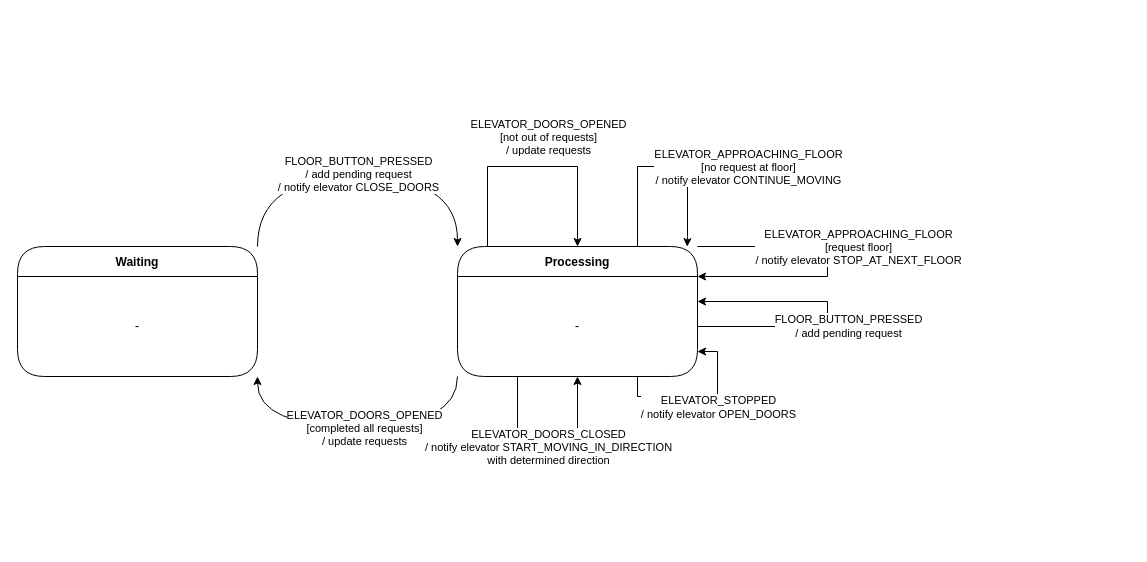
Before: page "Scheduler" (2 of 3) of UML_Diagrams/UML_State_Diagram.drawio in robsim378/sysc_3303_project, a draw.io diagram. Source tidied: cells renumbered, new cells numbered last; positions are measured from the earlier drawing's top-left corner, leaving out a move shared by most shapes. Both pictures are drawn from the tidied source at 100%, with x=0, y=0 at pixel (17, 166).
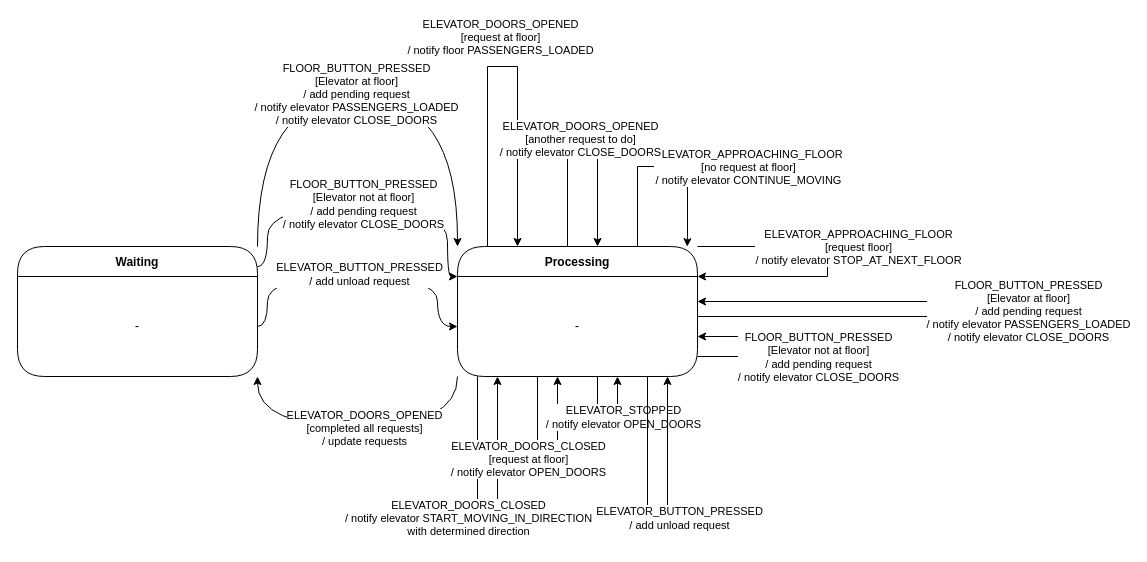
Above is the later version.

Unchanged cells that the change refers to:
```xml
<mxCell id="4" value="Waiting" style="swimlane;fontStyle=1;align=center;verticalAlign=middle;horizontal=1;startSize=30;fontColor=#000000;rounded=1;arcSize=30;strokeColor=#000000;fillColor=#FFFFFF;swimlaneFillColor=#FFFFFF;" parent="1" vertex="1">
  <mxGeometry y="80" width="240" height="130" as="geometry" />
</mxCell>
<mxCell id="5" value="-" style="text;html=1;strokeColor=none;fillColor=none;align=center;verticalAlign=middle;spacingLeft=4;spacingRight=4;whiteSpace=wrap;overflow=hidden;fontColor=#000000;" parent="4" vertex="1">
  <mxGeometry y="30" width="240" height="100" as="geometry" />
</mxCell>
<mxCell id="10" value="Processing" style="swimlane;fontStyle=1;align=center;verticalAlign=middle;horizontal=1;startSize=30;fontColor=#000000;rounded=1;arcSize=30;strokeColor=#000000;fillColor=#FFFFFF;swimlaneFillColor=#FFFFFF;" parent="1" vertex="1">
  <mxGeometry x="440" y="80" width="240" height="130" as="geometry" />
</mxCell>
<mxCell id="11" value="-" style="text;html=1;strokeColor=none;fillColor=none;align=center;verticalAlign=middle;spacingLeft=4;spacingRight=4;whiteSpace=wrap;overflow=hidden;fontColor=#000000;" parent="10" vertex="1">
  <mxGeometry y="30" width="240" height="100" as="geometry" />
</mxCell>
```

Diff of the diagram source:
```diff
@@
     <mxCell id="2" style="edgeStyle=orthogonalEdgeStyle;rounded=0;jettySize=auto;html=1;curved=1;exitX=1;exitY=0;exitDx=0;exitDy=0;entryX=0;entryY=0;entryDx=0;entryDy=0;" parent="1" edge="1" source="4" target="10">
       <mxGeometry relative="1" as="geometry">
         <Array as="points">
-          <mxPoint x="240" y="10" />
-          <mxPoint x="440" y="10" />
+          <mxPoint x="240" y="-70" />
+          <mxPoint x="440" y="-70" />
         </Array>
       </mxGeometry>
     </mxCell>
-    <mxCell id="3" value="FLOOR_BUTTON_PRESSED&lt;br&gt;/ add pending request&lt;br&gt;/ notify elevator CLOSE_DOORS" style="edgeLabel;html=1;align=center;verticalAlign=middle;" parent="2" vertex="1">
+    <mxCell id="3" value="FLOOR_BUTTON_PRESSED&lt;br&gt;[Elevator at floor]&lt;br&gt;/ add pending request&lt;br&gt;/ notify elevator PASSENGERS_LOADED&lt;br&gt;/ notify elevator CLOSE_DOORS" style="edgeLabel;html=1;align=center;verticalAlign=middle;" parent="2" vertex="1">
       <mxGeometry x="-0.03" y="3" relative="1" as="geometry">
         <mxPoint x="5" as="offset" />
       </mxGeometry>
     </mxCell>
@@
-    <mxCell id="8" style="edgeStyle=orthogonalEdgeStyle;rounded=0;orthogonalLoop=1;jettySize=auto;html=1;entryX=0.5;entryY=0;entryDx=0;entryDy=0;" parent="1" edge="1" source="10" target="10">
+    <mxCell id="8" style="edgeStyle=orthogonalEdgeStyle;rounded=0;orthogonalLoop=1;jettySize=auto;html=1;" parent="1" edge="1" source="10" target="10">
       <mxGeometry relative="1" as="geometry">
         <Array as="points">
-          <mxPoint x="470" />
-          <mxPoint x="560" />
+          <mxPoint x="470" y="-100" />
+          <mxPoint x="500" y="-100" />
         </Array>
       </mxGeometry>
     </mxCell>
-    <mxCell id="9" value="ELEVATOR_DOORS_OPENED&lt;br style=&quot;border-color: var(--border-color);&quot;&gt;[not out of requests]&lt;br&gt;/ update requests" style="edgeLabel;html=1;align=center;verticalAlign=middle;" parent="8" vertex="1">
+    <mxCell id="9" value="ELEVATOR_DOORS_OPENED&lt;br style=&quot;border-color: var(--border-color);&quot;&gt;[request at floor]&lt;br&gt;/ notify floor PASSENGERS_LOADED" style="edgeLabel;html=1;align=center;verticalAlign=middle;" parent="8" vertex="1">
       <mxGeometry x="0.26" relative="1" as="geometry">
-        <mxPoint x="-18" y="-30" as="offset" />
+        <mxPoint x="-18" y="-66" as="offset" />
       </mxGeometry>
     </mxCell>
@@
-    <mxCell id="12" style="edgeStyle=orthogonalEdgeStyle;rounded=0;orthogonalLoop=1;jettySize=auto;html=1;entryX=0.5;entryY=1;entryDx=0;entryDy=0;exitX=0.25;exitY=1;exitDx=0;exitDy=0;" parent="10" edge="1" source="11" target="11">
-      <mxGeometry relative="1" as="geometry">
-        <Array as="points">
-          <mxPoint x="60" y="220" />
-          <mxPoint x="120" y="220" />
-        </Array>
-      </mxGeometry>
-    </mxCell>
-    <mxCell id="13" value="ELEVATOR_DOORS_CLOSED&lt;br style=&quot;border-color: var(--border-color);&quot;&gt;/ notify elevator START_MOVING_IN_DIRECTION&lt;br&gt;with determined direction" style="edgeLabel;html=1;align=center;verticalAlign=middle;" parent="12" vertex="1">
-      <mxGeometry x="0.26" relative="1" as="geometry">
-        <mxPoint x="-30" y="-19" as="offset" />
-      </mxGeometry>
-    </mxCell>
-    <mxCell id="14" style="edgeStyle=orthogonalEdgeStyle;rounded=0;orthogonalLoop=1;jettySize=auto;html=1;exitX=0.75;exitY=1;exitDx=0;exitDy=0;entryX=1;entryY=0.75;entryDx=0;entryDy=0;" parent="10" edge="1" source="11" target="11">
-      <mxGeometry relative="1" as="geometry" />
-    </mxCell>
-    <mxCell id="15" value="ELEVATOR_STOPPED&lt;br&gt;/ notify elevator OPEN_DOORS" style="edgeLabel;html=1;align=center;verticalAlign=middle;" parent="14" vertex="1">
-      <mxGeometry x="0.07" y="1" relative="1" as="geometry">
-        <mxPoint x="12" y="11" as="offset" />
-      </mxGeometry>
-    </mxCell>
@@
-    <mxCell id="18" style="edgeStyle=orthogonalEdgeStyle;rounded=0;orthogonalLoop=1;jettySize=auto;html=1;entryX=1;entryY=0.25;entryDx=0;entryDy=0;exitX=1;exitY=0.5;exitDx=0;exitDy=0;" parent="10" edge="1" source="11" target="11">
+    <mxCell id="18" style="edgeStyle=orthogonalEdgeStyle;rounded=0;orthogonalLoop=1;jettySize=auto;html=1;entryX=1;entryY=0.25;entryDx=0;entryDy=0;" parent="10" edge="1" source="11" target="11">
       <mxGeometry relative="1" as="geometry">
         <Array as="points">
-          <mxPoint x="370" y="80" />
-          <mxPoint x="370" y="55" />
+          <mxPoint x="480" y="70" />
+          <mxPoint x="480" y="55" />
         </Array>
       </mxGeometry>
     </mxCell>
-    <mxCell id="19" value="FLOOR_BUTTON_PRESSED&lt;br style=&quot;border-color: var(--border-color);&quot;&gt;/ add pending request" style="edgeLabel;html=1;align=center;verticalAlign=middle;" parent="18" vertex="1">
+    <mxCell id="19" value="FLOOR_BUTTON_PRESSED&lt;br style=&quot;border-color: var(--border-color);&quot;&gt;[Elevator at floor]&lt;br style=&quot;border-color: var(--border-color);&quot;&gt;/ add pending request&lt;br style=&quot;border-color: var(--border-color);&quot;&gt;/ notify elevator PASSENGERS_LOADED&lt;br style=&quot;border-color: var(--border-color);&quot;&gt;/ notify elevator CLOSE_DOORS" style="edgeLabel;html=1;align=center;verticalAlign=middle;" parent="18" vertex="1">
       <mxGeometry relative="1" as="geometry">
-        <mxPoint x="20" y="12" as="offset" />
+        <mxPoint x="90" y="2" as="offset" />
       </mxGeometry>
     </mxCell>
@@
+    <mxCell id="22" style="edgeStyle=orthogonalEdgeStyle;rounded=0;jettySize=auto;html=1;curved=1;" parent="1" edge="1" source="5" target="11">
+      <mxGeometry relative="1" as="geometry">
+        <Array as="points">
+          <mxPoint x="250" y="160" />
+          <mxPoint x="250" y="110" />
+          <mxPoint x="420" y="110" />
+          <mxPoint x="420" y="160" />
+        </Array>
+      </mxGeometry>
+    </mxCell>
+    <mxCell id="23" value="ELEVATOR_BUTTON_PRESSED&lt;br&gt;/ add unload request" style="edgeLabel;html=1;align=center;verticalAlign=middle;" parent="22" vertex="1">
+      <mxGeometry x="-0.03" y="3" relative="1" as="geometry">
+        <mxPoint x="5" as="offset" />
+      </mxGeometry>
+    </mxCell>
+    <mxCell id="24" style="edgeStyle=orthogonalEdgeStyle;rounded=0;orthogonalLoop=1;jettySize=auto;html=1;" parent="1" edge="1" source="10" target="10">
+      <mxGeometry relative="1" as="geometry">
+        <Array as="points">
+          <mxPoint x="550" y="-10" />
+          <mxPoint x="580" y="-10" />
+        </Array>
+      </mxGeometry>
+    </mxCell>
+    <mxCell id="25" value="ELEVATOR_DOORS_OPENED&lt;br&gt;[another request to do]&lt;br&gt;/ notify elevator CLOSE_DOORS" style="edgeLabel;html=1;align=center;verticalAlign=middle;" parent="24" vertex="1">
+      <mxGeometry x="0.26" relative="1" as="geometry">
+        <mxPoint x="-18" y="-30" as="offset" />
+      </mxGeometry>
+    </mxCell>
+    <mxCell id="26" style="edgeStyle=orthogonalEdgeStyle;rounded=0;jettySize=auto;html=1;curved=1;entryX=0;entryY=0;entryDx=0;entryDy=0;" parent="1" edge="1" source="4" target="11">
+      <mxGeometry relative="1" as="geometry">
+        <Array as="points">
+          <mxPoint x="250" y="100" />
+          <mxPoint x="250" y="40" />
+          <mxPoint x="430" y="40" />
+          <mxPoint x="430" y="110" />
+        </Array>
+      </mxGeometry>
+    </mxCell>
+    <mxCell id="27" value="FLOOR_BUTTON_PRESSED&lt;br&gt;[Elevator not at floor]&lt;br&gt;/ add pending request&lt;br&gt;/ notify elevator CLOSE_DOORS" style="edgeLabel;html=1;align=center;verticalAlign=middle;" parent="26" vertex="1">
+      <mxGeometry x="-0.03" y="3" relative="1" as="geometry">
+        <mxPoint x="5" as="offset" />
+      </mxGeometry>
+    </mxCell>
+    <mxCell id="12" style="edgeStyle=orthogonalEdgeStyle;rounded=0;orthogonalLoop=1;jettySize=auto;html=1;" parent="1" edge="1" source="10" target="10">
+      <mxGeometry relative="1" as="geometry">
+        <Array as="points">
+          <mxPoint x="460" y="370" />
+          <mxPoint x="480" y="370" />
+        </Array>
+      </mxGeometry>
+    </mxCell>
+    <mxCell id="13" value="ELEVATOR_DOORS_CLOSED&lt;br style=&quot;border-color: var(--border-color);&quot;&gt;/ notify elevator START_MOVING_IN_DIRECTION&lt;br&gt;with determined direction" style="edgeLabel;html=1;align=center;verticalAlign=middle;" parent="12" vertex="1">
+      <mxGeometry x="0.26" relative="1" as="geometry">
+        <mxPoint x="-30" y="15" as="offset" />
+      </mxGeometry>
+    </mxCell>
+    <mxCell id="28" style="edgeStyle=orthogonalEdgeStyle;rounded=0;orthogonalLoop=1;jettySize=auto;html=1;" parent="1" edge="1" source="10" target="10">
+      <mxGeometry relative="1" as="geometry">
+        <Array as="points">
+          <mxPoint x="520" y="290" />
+          <mxPoint x="540" y="290" />
+        </Array>
+      </mxGeometry>
+    </mxCell>
+    <mxCell id="29" value="ELEVATOR_DOORS_CLOSED&lt;br&gt;[request at floor]&lt;br style=&quot;border-color: var(--border-color);&quot;&gt;/ notify elevator OPEN_DOORS" style="edgeLabel;html=1;align=center;verticalAlign=middle;" parent="28" vertex="1">
+      <mxGeometry x="0.26" relative="1" as="geometry">
+        <mxPoint x="-30" y="15" as="offset" />
+      </mxGeometry>
+    </mxCell>
+    <mxCell id="14" style="edgeStyle=orthogonalEdgeStyle;rounded=0;orthogonalLoop=1;jettySize=auto;html=1;" parent="1" edge="1" source="10" target="10">
+      <mxGeometry relative="1" as="geometry">
+        <Array as="points">
+          <mxPoint x="580" y="240" />
+          <mxPoint x="600" y="240" />
+        </Array>
+      </mxGeometry>
+    </mxCell>
+    <mxCell id="15" value="ELEVATOR_STOPPED&lt;br&gt;/ notify elevator OPEN_DOORS" style="edgeLabel;html=1;align=center;verticalAlign=middle;" parent="14" vertex="1">
+      <mxGeometry x="0.07" y="1" relative="1" as="geometry">
+        <mxPoint x="12" y="11" as="offset" />
+      </mxGeometry>
+    </mxCell>
+    <mxCell id="30" style="edgeStyle=orthogonalEdgeStyle;rounded=0;orthogonalLoop=1;jettySize=auto;html=1;" parent="1" edge="1" source="10" target="10">
+      <mxGeometry relative="1" as="geometry">
+        <Array as="points">
+          <mxPoint x="820" y="190" />
+          <mxPoint x="820" y="170" />
+        </Array>
+      </mxGeometry>
+    </mxCell>
+    <mxCell id="31" value="FLOOR_BUTTON_PRESSED&lt;br style=&quot;border-color: var(--border-color);&quot;&gt;[Elevator not at floor]&lt;br style=&quot;border-color: var(--border-color);&quot;&gt;/ add pending request&lt;br style=&quot;border-color: var(--border-color);&quot;&gt;/ notify elevator CLOSE_DOORS" style="edgeLabel;html=1;align=center;verticalAlign=middle;" parent="30" vertex="1">
+      <mxGeometry relative="1" as="geometry">
+        <mxPoint x="-20" y="10" as="offset" />
+      </mxGeometry>
+    </mxCell>
+    <mxCell id="32" style="edgeStyle=orthogonalEdgeStyle;rounded=0;orthogonalLoop=1;jettySize=auto;html=1;" parent="1" edge="1" source="10" target="10">
+      <mxGeometry relative="1" as="geometry">
+        <Array as="points">
+          <mxPoint x="630" y="340" />
+          <mxPoint x="650" y="340" />
+        </Array>
+      </mxGeometry>
+    </mxCell>
+    <mxCell id="33" value="ELEVATOR_BUTTON_PRESSED&lt;br style=&quot;border-color: var(--border-color);&quot;&gt;/ add unload request" style="edgeLabel;html=1;align=center;verticalAlign=middle;" parent="32" vertex="1">
+      <mxGeometry x="0.07" y="1" relative="1" as="geometry">
+        <mxPoint x="12" y="11" as="offset" />
+      </mxGeometry>
+    </mxCell>
```
